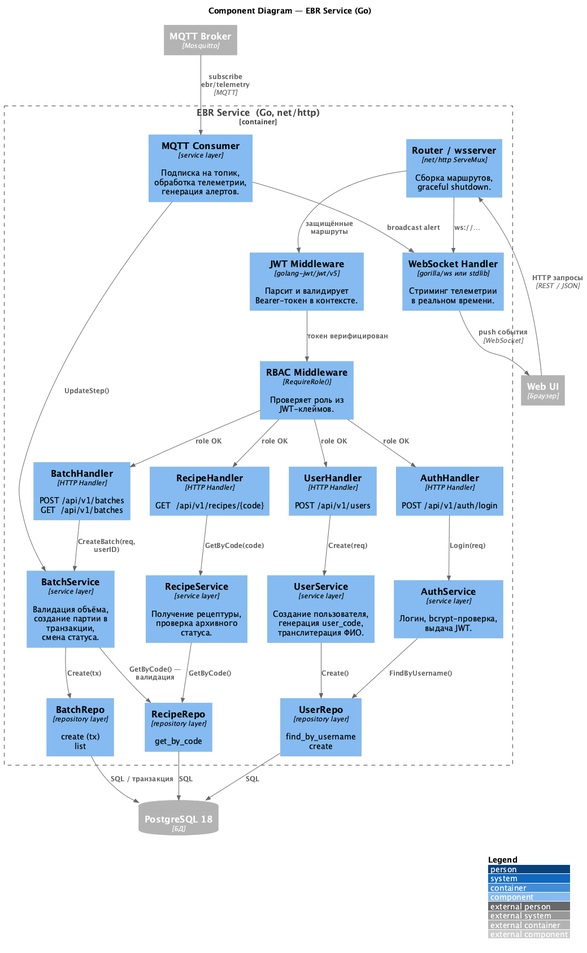
Earlier version of the PlantUML export docs/C4-Component.png (aleksandraasadova/ebr-monitoring-service).
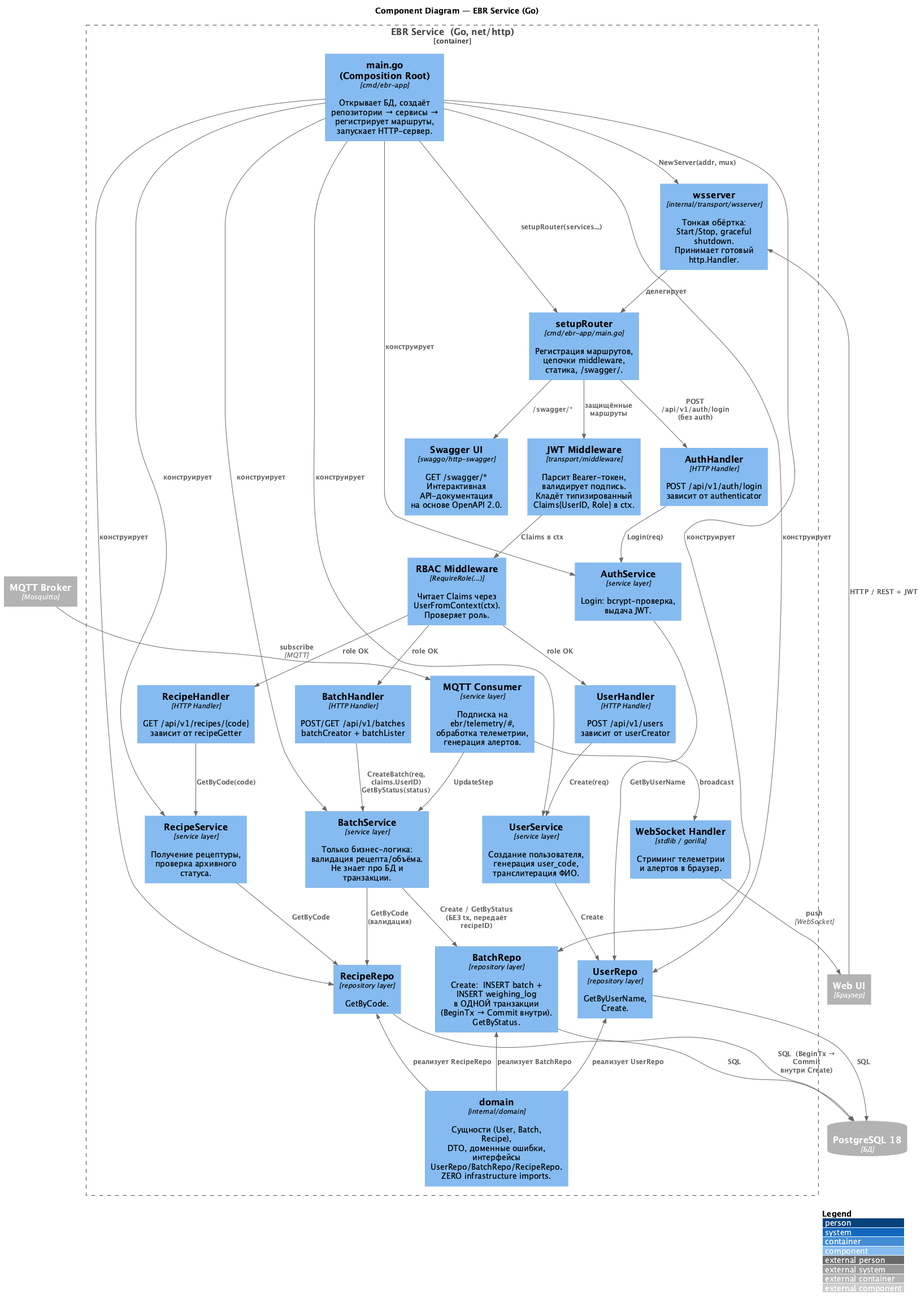
The same diagram one commit later.

Diff of the diagram source:
```diff
@@ -11,54 +11,76 @@
 
 Container_Boundary(ebr_svc, "EBR Service  (Go, net/http)") {
 
-    Component(router, "Router / wsserver", "net/http ServeMux", "Сборка маршрутов,\ngraceful shutdown.")
-    Component(jwt_mw, "JWT Middleware", "golang-jwt/jwt/v5", "Парсит и валидирует\nBearer-токен в контексте.")
-    Component(rbac_mw, "RBAC Middleware", "RequireRole()", "Проверяет роль из\nJWT-клеймов.")
+    Component(main, "main.go\n(Composition Root)", "cmd/ebr-app", "Открывает БД, создаёт\nрепозитории → сервисы →\nрегистрирует маршруты,\nзапускает HTTP-сервер.")
 
-    Component(auth_h,   "AuthHandler",   "HTTP Handler", "POST /api/v1/auth/login")
-    Component(user_h,   "UserHandler",   "HTTP Handler", "POST /api/v1/users")
-    Component(recipe_h, "RecipeHandler", "HTTP Handler", "GET  /api/v1/recipes/{code}")
-    Component(batch_h,  "BatchHandler",  "HTTP Handler", "POST /api/v1/batches\nGET  /api/v1/batches")
-    Component(ws_h,     "WebSocket Handler", "gorilla/ws или stdlib", "Стриминг телеметрии\nв реальном времени.")
+    Component(wsserver, "wsserver", "internal/transport/wsserver", "Тонкая обёртка:\nStart/Stop, graceful shutdown.\nПринимает готовый http.Handler.")
+    Component(router, "setupRouter", "cmd/ebr-app/main.go", "Регистрация маршрутов,\nцепочки middleware,\nстатика, /swagger/.")
+    Component(swagger_ui, "Swagger UI", "swaggo/http-swagger", "GET /swagger/*\nИнтерактивная API-документация\nна основе OpenAPI 2.0.")
 
-    Component(auth_svc,   "AuthService",   "service layer", "Логин, bcrypt-проверка,\nвыдача JWT.")
+    Component(jwt_mw, "JWT Middleware", "transport/middleware", "Парсит Bearer-токен,\nвалидирует подпись.\nКладёт типизированный\nClaims{UserID, Role} в ctx.")
+    Component(rbac_mw, "RBAC Middleware", "RequireRole(...)", "Читает Claims через\nUserFromContext(ctx).\nПроверяет роль.")
+
+    Component(auth_h,   "AuthHandler",   "HTTP Handler", "POST /api/v1/auth/login\nзависит от authenticator")
+    Component(user_h,   "UserHandler",   "HTTP Handler", "POST /api/v1/users\nзависит от userCreator")
+    Component(recipe_h, "RecipeHandler", "HTTP Handler", "GET /api/v1/recipes/{code}\nзависит от recipeGetter")
+    Component(batch_h,  "BatchHandler",  "HTTP Handler", "POST/GET /api/v1/batches\nbatchCreator + batchLister")
+    Component(ws_h,     "WebSocket Handler", "stdlib / gorilla", "Стриминг телеметрии\nи алертов в браузер.")
+
+    Component(auth_svc,   "AuthService",   "service layer", "Login: bcrypt-проверка,\nвыдача JWT.")
     Component(user_svc,   "UserService",   "service layer", "Создание пользователя,\nгенерация user_code,\nтранслитерация ФИО.")
     Component(recipe_svc, "RecipeService", "service layer", "Получение рецептуры,\nпроверка архивного статуса.")
-    Component(batch_svc,  "BatchService",  "service layer", "Валидация объёма,\nсоздание партии в транзакции,\nсмена статуса.")
-    Component(mqtt_sub,   "MQTT Consumer", "service layer", "Подписка на топик,\nобработка телеметрии,\nгенерация алертов.")
+    Component(batch_svc,  "BatchService",  "service layer", "Только бизнес-логика:\nвалидация рецепта/объёма.\nНе знает про БД и транзакции.")
+    Component(mqtt_sub,   "MQTT Consumer", "service layer", "Подписка на ebr/telemetry/#,\nобработка телеметрии,\nгенерация алертов.")
 
-    Component(user_repo,   "UserRepo",   "repository layer", "find_by_username\ncreate")
-    Component(recipe_repo, "RecipeRepo", "repository layer", "get_by_code")
-    Component(batch_repo,  "BatchRepo",  "repository layer", "create (tx)\nlist")
+    Component(user_repo,   "UserRepo",   "repository layer", "GetByUserName,\nCreate.")
+    Component(recipe_repo, "RecipeRepo", "repository layer", "GetByCode.")
+    Component(batch_repo,  "BatchRepo",  "repository layer", "Create:  INSERT batch +\nINSERT weighing_log\nв ОДНОЙ транзакции\n(BeginTx → Commit внутри).\nGetByStatus.")
+
+    Component(domain, "domain", "internal/domain", "Сущности (User, Batch, Recipe),\nDTO, доменные ошибки,\nинтерфейсы UserRepo/BatchRepo/RecipeRepo.\nZERO infrastructure imports.")
 }
 
-Rel(web_ui, router, "HTTP запросы", "REST / JSON")
+Rel(main, wsserver,  "NewServer(addr, mux)")
+Rel(main, router,    "setupRouter(services...)")
+Rel(main, user_svc,  "конструирует")
+Rel(main, auth_svc,  "конструирует")
+Rel(main, recipe_svc,"конструирует")
+Rel(main, batch_svc, "конструирует")
+Rel(main, user_repo, "конструирует")
+Rel(main, recipe_repo,"конструирует")
+Rel(main, batch_repo,"конструирует")
+
+Rel(web_ui, wsserver, "HTTP / REST + JWT")
+Rel(wsserver, router, "делегирует")
+Rel(router, swagger_ui, "/swagger/*")
+Rel(router, auth_h, "POST /api/v1/auth/login\n(без auth)")
 Rel(router, jwt_mw, "защищённые маршруты")
-Rel(jwt_mw, rbac_mw, "токен верифицирован")
-Rel(rbac_mw, auth_h, "role OK")
-Rel(rbac_mw, user_h, "role OK")
+Rel(jwt_mw, rbac_mw, "Claims в ctx")
+Rel(rbac_mw, user_h,   "role OK")
 Rel(rbac_mw, recipe_h, "role OK")
-Rel(rbac_mw, batch_h, "role OK")
-Rel(router, ws_h, "ws://…")
-Rel(ws_h, web_ui, "push события", "WebSocket")
+Rel(rbac_mw, batch_h,  "role OK")
 
 Rel(auth_h,   auth_svc,   "Login(req)")
 Rel(user_h,   user_svc,   "Create(req)")
 Rel(recipe_h, recipe_svc, "GetByCode(code)")
-Rel(batch_h,  batch_svc,  "CreateBatch(req, userID)")
+Rel(batch_h,  batch_svc,  "CreateBatch(req, claims.UserID)\nGetByStatus(status)")
 
-Rel(auth_svc,   user_repo,   "FindByUsername()")
-Rel(user_svc,   user_repo,   "Create()")
-Rel(recipe_svc, recipe_repo, "GetByCode()")
-Rel(batch_svc,  recipe_repo, "GetByCode() — валидация")
-Rel(batch_svc,  batch_repo,  "Create(tx)")
+Rel(auth_svc,   user_repo,   "GetByUserName")
+Rel(user_svc,   user_repo,   "Create")
+Rel(recipe_svc, recipe_repo, "GetByCode")
+Rel(batch_svc,  recipe_repo, "GetByCode  (валидация)")
+Rel(batch_svc,  batch_repo,  "Create / GetByStatus\n(БЕЗ tx, передаёт recipeID)")
 
 Rel(user_repo,   postgres, "SQL")
 Rel(recipe_repo, postgres, "SQL")
-Rel(batch_repo,  postgres, "SQL / транзакция")
+Rel(batch_repo,  postgres, "SQL  (BeginTx → Commit\nвнутри Create)")
 
-Rel(mosquitto, mqtt_sub, "subscribe ebr/telemetry", "MQTT")
-Rel(mqtt_sub, batch_svc, "UpdateStep()")
-Rel(mqtt_sub, ws_h, "broadcast alert")
+Rel_Back(user_repo,   domain, "реализует UserRepo")
+Rel_Back(recipe_repo, domain, "реализует RecipeRepo")
+Rel_Back(batch_repo,  domain, "реализует BatchRepo")
+
+Rel(mosquitto, mqtt_sub, "subscribe", "MQTT")
+Rel(mqtt_sub, batch_svc, "UpdateStep")
+Rel(mqtt_sub, ws_h, "broadcast")
+Rel(ws_h, web_ui, "push", "WebSocket")
 
 @enduml
```
